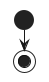
The PlantUML diagram rfcs/images/images/staking.png in andresmechali/composable, before a commit.
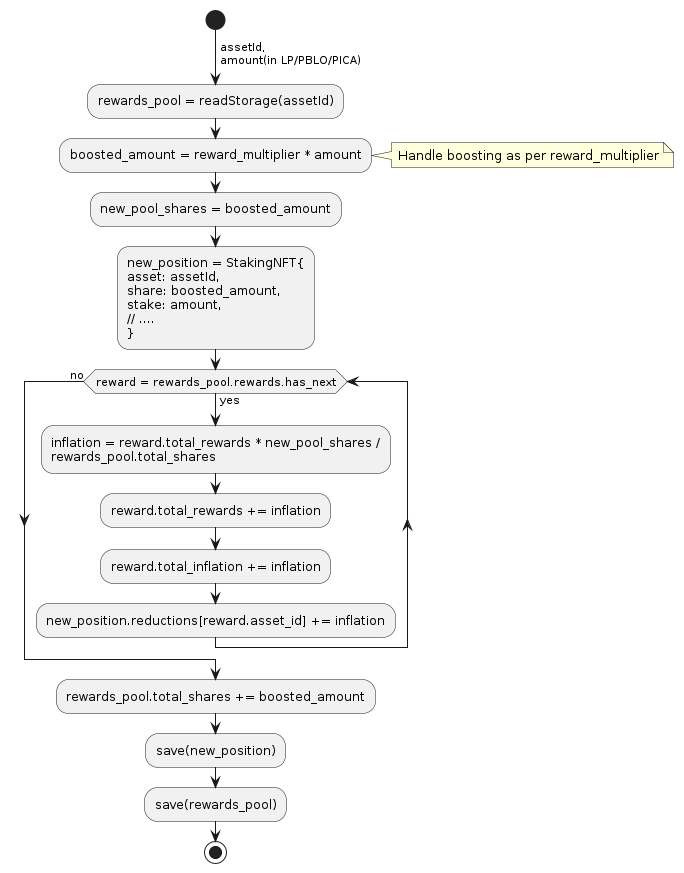
After the commit.

What changed in the source:
```diff
@@ -1,5 +1,24 @@
 @startuml
 start
-
+->assetId,\namount(in LP/PBLO/PICA);
+:rewards_pool = readStorage(assetId);
+:boosted_amount = reward_multiplier * amount;
+note right: Handle boosting as per reward_multiplier
+:new_pool_shares = boosted_amount;
+:new_position = StakingNFT{
+asset: assetId,
+share: boosted_amount,
+stake: amount,
+// ....
+};
+while (reward = rewards_pool.rewards.has_next) is (yes)
+    :inflation = reward.total_rewards * new_pool_shares /\nrewards_pool.total_shares;
+    :reward.total_rewards += inflation;
+    :reward.total_inflation += inflation;
+    :new_position.reductions[reward.asset_id] += inflation;
+endwhile (no)
+:rewards_pool.total_shares += boosted_amount;
+:save(new_position);
+:save(rewards_pool);
 stop
 @enduml
```
